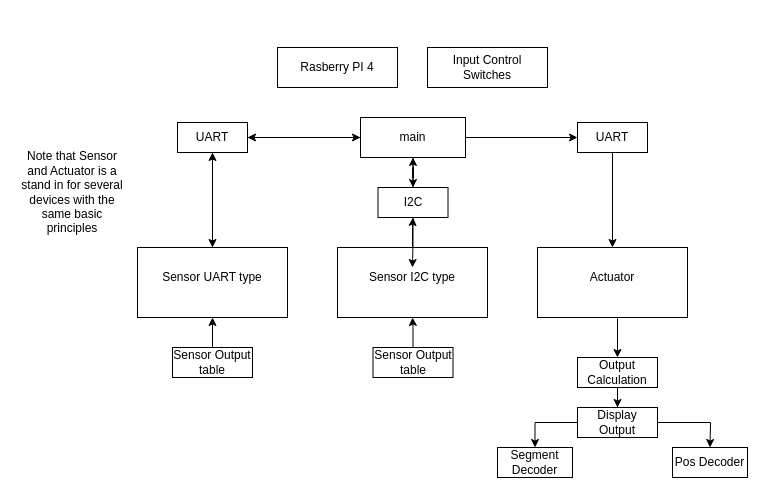
The draw.io diagram COMPE470L.drawio in Dkenner1/Test, before the edit. Source tidied: cells renumbered, new cells numbered last; positions are measured from the earlier drawing's top-left corner, leaving out a move shared by most shapes. Both pictures are drawn from the tidied source at 100%, with x=0, y=0 at pixel (17, 47).
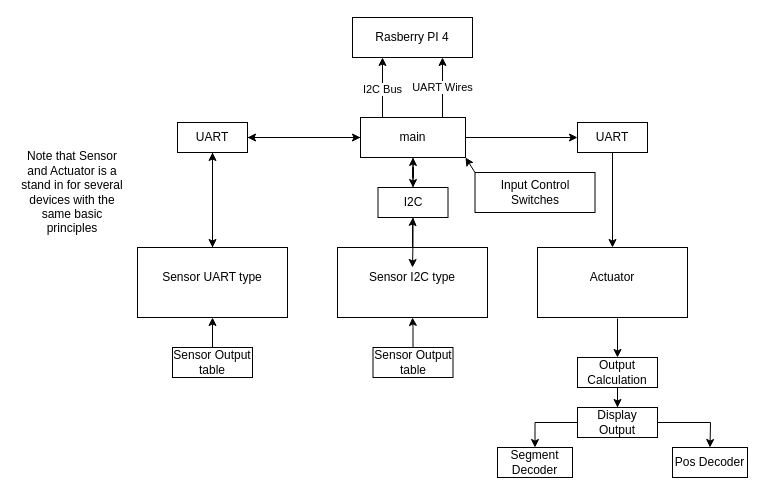
After the change.

The change refers to these unchanged cells:
```xml
<mxCell id="5" value="main" style="rounded=0;whiteSpace=wrap;html=1;" parent="1" vertex="1">
  <mxGeometry x="343" y="70" width="105" height="40" as="geometry" />
</mxCell>
```

The edit, as a diff of the source:
```diff
@@
+    <mxCell id="40" value="&lt;div&gt;I2C Bus&lt;/div&gt;" style="edgeStyle=orthogonalEdgeStyle;rounded=0;jettySize=auto;html=1;entryX=0.25;entryY=1;entryDx=0;entryDy=0;exitX=0.25;exitY=0;exitDx=0;exitDy=0;" parent="1" edge="1" source="5" target="6">
+      <mxGeometry relative="1" as="geometry">
+        <Array as="points">
+          <mxPoint x="365" y="70" />
+        </Array>
+      </mxGeometry>
+    </mxCell>
@@
     <mxCell id="6" value="Rasberry PI 4" style="rounded=0;whiteSpace=wrap;html=1;" parent="1" vertex="1">
-      <mxGeometry x="260" width="120" height="40" as="geometry" />
+      <mxGeometry x="335" y="-30" width="120" height="40" as="geometry" />
     </mxCell>
     <mxCell id="7" value="Input Control Switches" style="rounded=0;whiteSpace=wrap;html=1;" parent="1" vertex="1">
-      <mxGeometry x="410" width="120" height="40" as="geometry" />
+      <mxGeometry x="457.5" y="125" width="120" height="40" as="geometry" />
     </mxCell>
@@
+    <mxCell id="41" value="UART Wires" style="endArrow=classic;html=1;entryX=0.75;entryY=1;entryDx=0;entryDy=0;" parent="1" edge="1" target="6">
+      <mxGeometry relative="1" as="geometry">
+        <mxPoint x="425" y="70" as="sourcePoint" />
+      </mxGeometry>
+    </mxCell>
+    <mxCell id="42" style="endArrow=classic;html=1;entryX=1;entryY=1;entryDx=0;entryDy=0;exitX=0;exitY=0;exitDx=0;exitDy=0;" parent="1" edge="1" source="7" target="5">
+      <mxGeometry relative="1" as="geometry" />
+    </mxCell>
```
